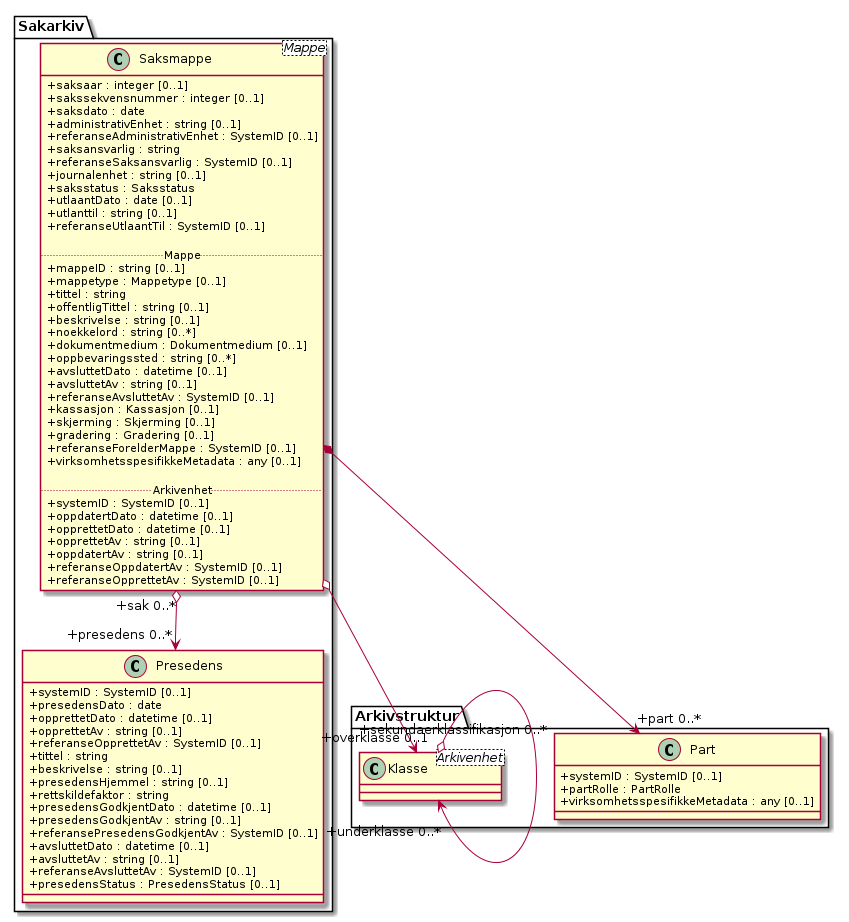
Before: kapitler/media/uml-saksmappe.png, a diagram exported from PlantUML (arkivverket/noark5-tjenestegrensesnitt-standard).
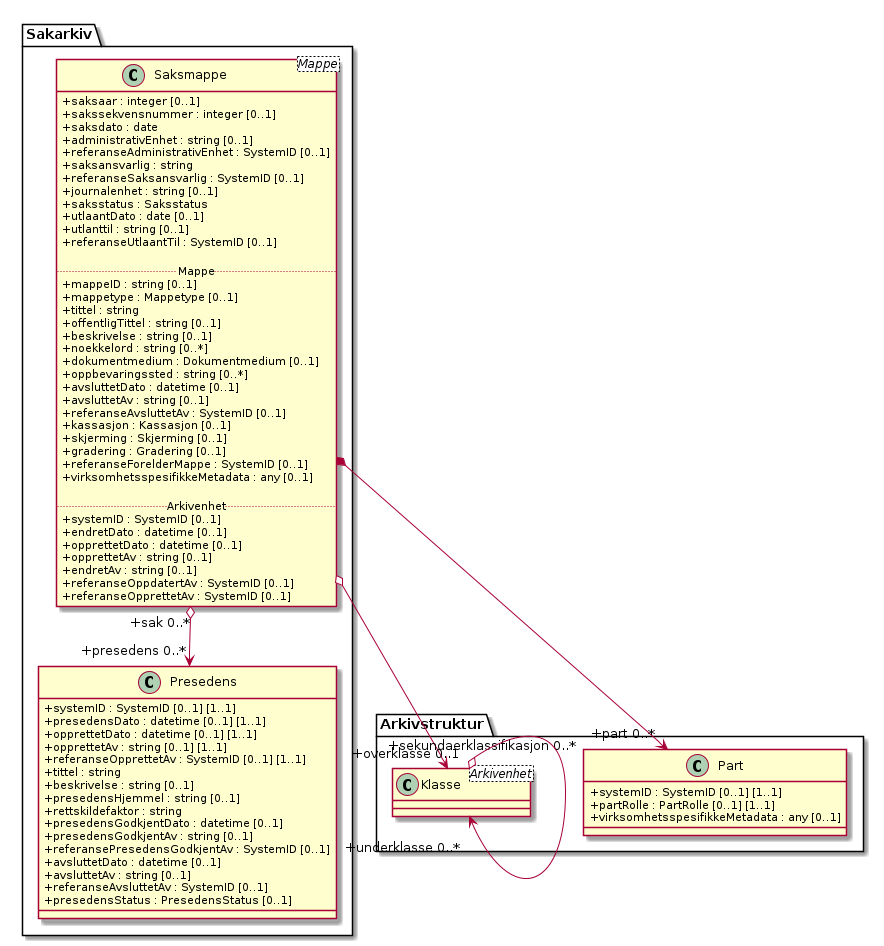
The same file after the commit.

The edit, as a diff of the source:
```diff
@@ -35,19 +35,19 @@
 
   .. Arkivenhet ..
   +systemID : SystemID [0..1]
-  +oppdatertDato : datetime [0..1]
+  +endretDato : datetime [0..1]
   +opprettetDato : datetime [0..1]
   +opprettetAv : string [0..1]
-  +oppdatertAv : string [0..1]
+  +endretAv : string [0..1]
   +referanseOppdatertAv : SystemID [0..1]
   +referanseOpprettetAv : SystemID [0..1]
 }
 class Sakarkiv.Presedens {
-  +systemID : SystemID [0..1]
-  +presedensDato : date
-  +opprettetDato : datetime [0..1]
-  +opprettetAv : string [0..1]
-  +referanseOpprettetAv : SystemID [0..1]
+  +systemID : SystemID [0..1] [1..1]
+  +presedensDato : datetime [0..1] [1..1]
+  +opprettetDato : datetime [0..1] [1..1]
+  +opprettetAv : string [0..1] [1..1]
+  +referanseOpprettetAv : SystemID [0..1] [1..1]
   +tittel : string
   +beskrivelse : string [0..1]
   +presedensHjemmel : string [0..1]
@@ -61,8 +61,8 @@
   +presedensStatus : PresedensStatus [0..1]
 }
 class Arkivstruktur.Part {
-  +systemID : SystemID [0..1]
-  +partRolle : PartRolle
+  +systemID : SystemID [0..1] [1..1]
+  +partRolle : PartRolle [0..1] [1..1]
   +virksomhetsspesifikkeMetadata : any [0..1]
 }
 
```
